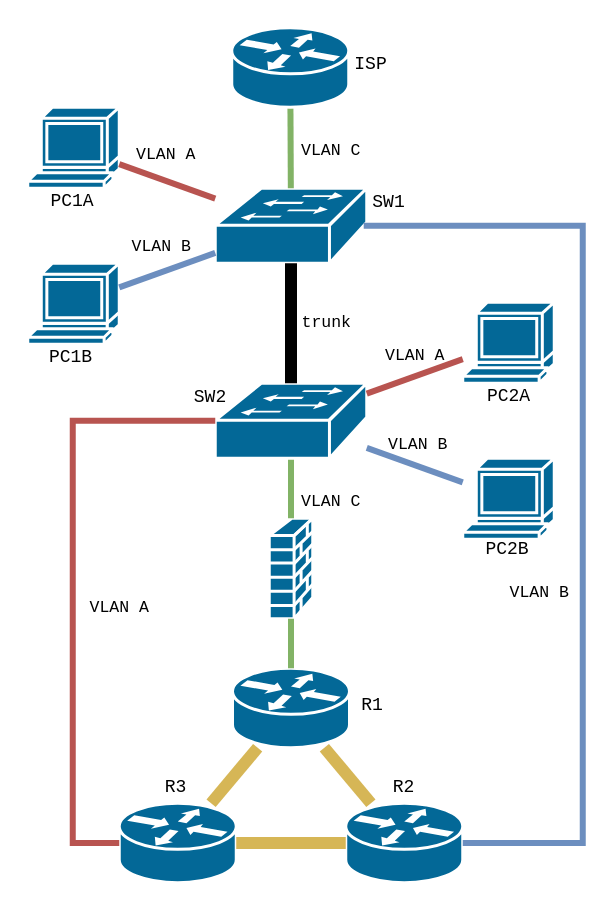
The draw.io diagram pos_project.drawio in phatt-23/web, before the edit. Source tidied: cells renumbered, new cells numbered last; positions are measured from the earlier drawing's top-left corner, leaving out a move shared by most shapes. Both pictures are drawn from the tidied source at 150%, with x=0, y=0 at pixel (26, 27).
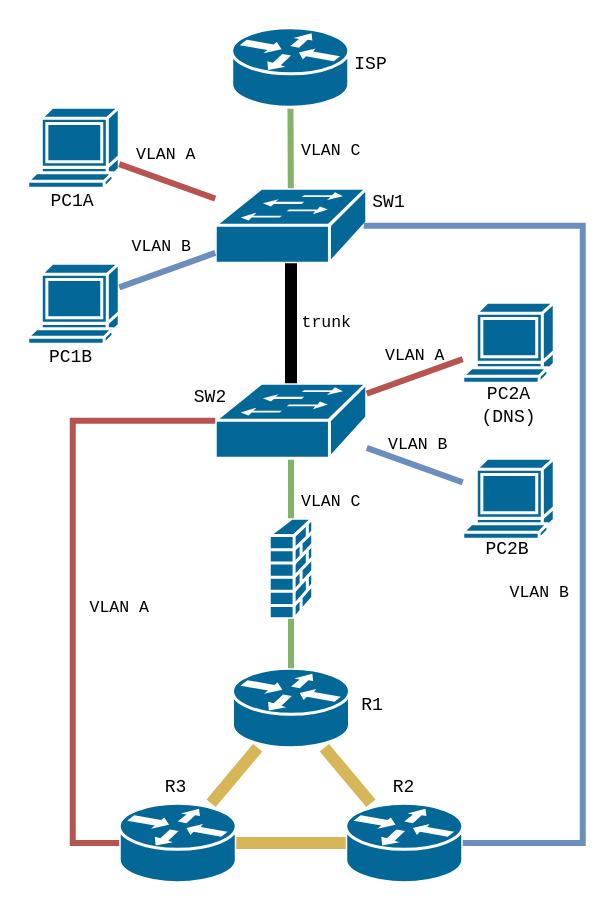
The same diagram, later.

Change to the diagram source:
```diff
@@
-    <mxCell id="38" value="&lt;pre&gt;PC2A&lt;/pre&gt;" style="text;html=1;align=center;verticalAlign=middle;whiteSpace=wrap;rounded=0;" parent="1" vertex="1">
-      <mxGeometry x="292" y="231" width="60" height="30" as="geometry" />
+    <mxCell id="38" value="&lt;pre&gt;PC2A&lt;br&gt;(DNS)&lt;br&gt;&lt;/pre&gt;" style="text;html=1;align=center;verticalAlign=middle;whiteSpace=wrap;rounded=0;" parent="1" vertex="1">
+      <mxGeometry x="292" y="237" width="60" height="30" as="geometry" />
     </mxCell>
```
